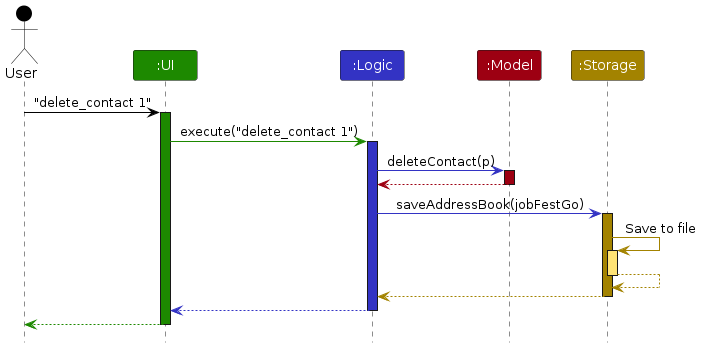
Before: diagrams/ArchitectureSequenceDiagram.png, a diagram exported from PlantUML (AY2324S1-CS2103T-T09-1/tp). Its source is kept beside it as diagrams/ArchitectureSequenceDiagram.puml.
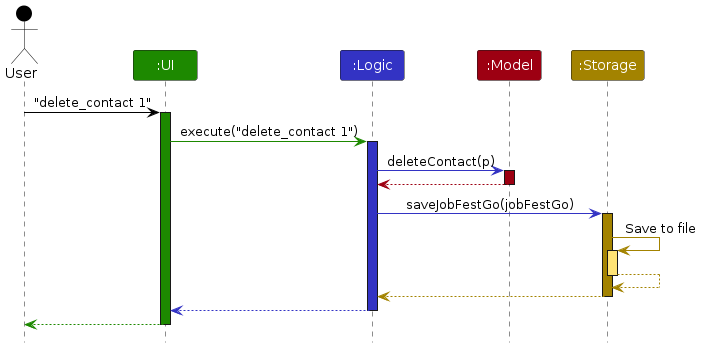
After the commit.

The edit, as a diff of the source:
```diff
@@ -20,7 +20,7 @@
 model -[MODEL_COLOR]-> logic
 deactivate model
 
-logic -[LOGIC_COLOR]> storage : saveAddressBook(jobFestGo)
+logic -[LOGIC_COLOR]> storage : saveJobFestGo(jobFestGo)
 activate storage STORAGE_COLOR
 
 storage -[STORAGE_COLOR]> storage : Save to file
```
